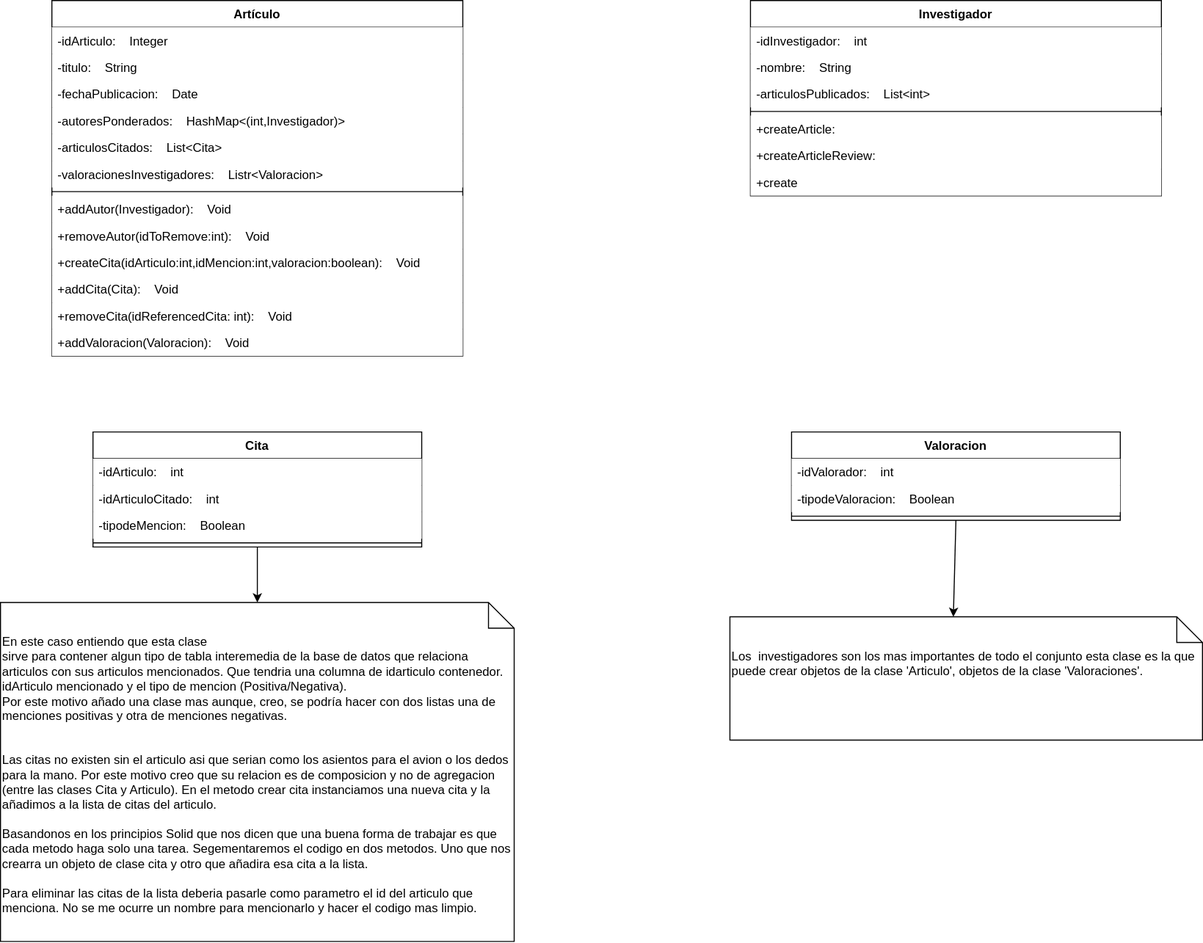
Before: Diagrama_UML.drawio.svg, a diagram exported from draw.io (MateoCarballo/EjercicioSemanaSantaUML). Source tidied: cells renumbered, new cells last; positions are measured from the earlier drawing's top-left corner, leaving out a move shared by most shapes.
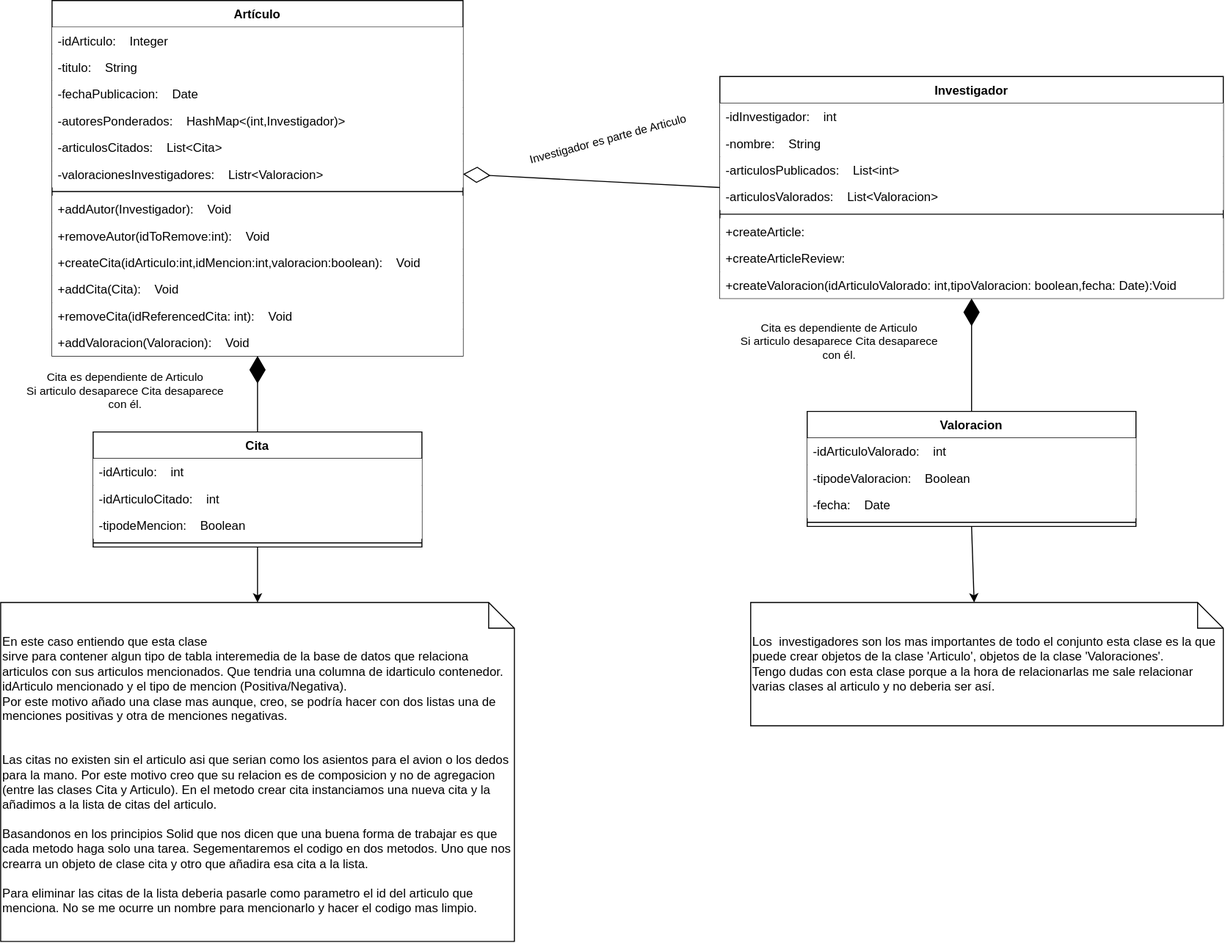
The same diagram one commit later.

The edit, as a diff of the source:
```diff
@@ -66,46 +66,76 @@
       <mxGeometry y="586" width="500" height="330" as="geometry" />
     </mxCell>
     <mxCell id="23" value="Valoracion" style="swimlane;fontStyle=1;align=center;verticalAlign=top;horizontal=1;startSize=26;" parent="1" vertex="1">
-      <mxGeometry x="770" y="420" width="320" height="86" as="geometry" />
+      <mxGeometry x="785" y="400" width="320" height="112" as="geometry" />
     </mxCell>
-    <mxCell id="24" value="-idValorador:    int" style="text;strokeColor=none;fillColor=default;align=left;verticalAlign=top;spacingLeft=4;spacingRight=4;overflow=hidden;" parent="23" vertex="1">
+    <mxCell id="24" value="-idArticuloValorado:    int" style="text;strokeColor=none;fillColor=default;align=left;verticalAlign=top;spacingLeft=4;spacingRight=4;overflow=hidden;" parent="23" vertex="1">
       <mxGeometry y="26" width="320" height="26" as="geometry" />
     </mxCell>
     <mxCell id="25" value="-tipodeValoracion:    Boolean" style="text;strokeColor=none;fillColor=default;align=left;verticalAlign=top;spacingLeft=4;spacingRight=4;overflow=hidden;" parent="23" vertex="1">
       <mxGeometry y="52" width="320" height="26" as="geometry" />
     </mxCell>
+    <mxCell id="37" value="-fecha:    Date&#10;" style="text;strokeColor=none;fillColor=default;align=left;verticalAlign=top;spacingLeft=4;spacingRight=4;overflow=hidden;" parent="23" vertex="1">
+      <mxGeometry y="78" width="320" height="26" as="geometry" />
+    </mxCell>
     <mxCell id="26" style="line;strokeWidth=1;fillColor=none;align=left;verticalAlign=middle;spacingTop=-1;spacingLeft=3;spacingRight=3;labelPosition=right;strokeColor=inherit;" parent="23" vertex="1">
-      <mxGeometry y="78" width="320" height="8" as="geometry" />
+      <mxGeometry y="104" width="320" height="8" as="geometry" />
     </mxCell>
-    <mxCell id="27" value="Los&amp;nbsp; investigadores son los mas importantes de todo el conjunto esta clase es la que puede crear objetos de la clase 'Articulo', objetos de la clase 'Valoraciones'." style="shape=note2;boundedLbl=1;whiteSpace=wrap;html=1;size=25;verticalAlign=top;align=left;fillColor=default;" parent="1" vertex="1">
-      <mxGeometry x="710" y="600" width="460" height="120" as="geometry" />
+    <mxCell id="27" value="Los&amp;nbsp; investigadores son los mas importantes de todo el conjunto esta clase es la que puede crear objetos de la clase 'Articulo', objetos de la clase 'Valoraciones'.&lt;br&gt;Tengo dudas con esta clase porque a la hora de relacionarlas me sale relacionar varias clases al articulo y no deberia ser así.&lt;br&gt;" style="shape=note2;boundedLbl=1;whiteSpace=wrap;html=1;size=25;verticalAlign=top;align=left;fillColor=default;" parent="1" vertex="1">
+      <mxGeometry x="730" y="586" width="460" height="120" as="geometry" />
     </mxCell>
     <mxCell id="28" value="Investigador" style="swimlane;fontStyle=1;align=center;verticalAlign=top;horizontal=1;startSize=26;" parent="1" vertex="1">
-      <mxGeometry x="730" width="400" height="190" as="geometry" />
+      <mxGeometry x="700" y="74" width="490" height="216" as="geometry" />
     </mxCell>
     <mxCell id="29" value="-idInvestigador:    int" style="text;strokeColor=none;fillColor=default;align=left;verticalAlign=top;spacingLeft=4;spacingRight=4;overflow=hidden;" parent="28" vertex="1">
-      <mxGeometry y="26" width="400" height="26" as="geometry" />
+      <mxGeometry y="26" width="490" height="26" as="geometry" />
     </mxCell>
     <mxCell id="30" value="-nombre:    String" style="text;strokeColor=none;fillColor=default;align=left;verticalAlign=top;spacingLeft=4;spacingRight=4;overflow=hidden;" parent="28" vertex="1">
-      <mxGeometry y="52" width="400" height="26" as="geometry" />
+      <mxGeometry y="52" width="490" height="26" as="geometry" />
     </mxCell>
     <mxCell id="31" value="-articulosPublicados:    List&lt;int&gt;" style="text;strokeColor=none;fillColor=default;align=left;verticalAlign=top;spacingLeft=4;spacingRight=4;overflow=hidden;" parent="28" vertex="1">
-      <mxGeometry y="78" width="400" height="26" as="geometry" />
+      <mxGeometry y="78" width="490" height="26" as="geometry" />
     </mxCell>
+    <mxCell id="38" value="-articulosValorados:    List&lt;Valoracion&gt;" style="text;strokeColor=none;fillColor=default;align=left;verticalAlign=top;spacingLeft=4;spacingRight=4;overflow=hidden;" parent="28" vertex="1">
+      <mxGeometry y="104" width="490" height="26" as="geometry" />
+    </mxCell>
     <mxCell id="32" style="line;strokeWidth=1;fillColor=none;align=left;verticalAlign=middle;spacingTop=-1;spacingLeft=3;spacingRight=3;labelPosition=right;strokeColor=inherit;" parent="28" vertex="1">
-      <mxGeometry y="104" width="400" height="8" as="geometry" />
+      <mxGeometry y="130" width="490" height="8" as="geometry" />
     </mxCell>
     <mxCell id="33" value="+createArticle:" style="text;strokeColor=none;fillColor=default;align=left;verticalAlign=top;spacingLeft=4;spacingRight=4;overflow=hidden;" parent="28" vertex="1">
-      <mxGeometry y="112" width="400" height="26" as="geometry" />
+      <mxGeometry y="138" width="490" height="26" as="geometry" />
     </mxCell>
     <mxCell id="34" value="+createArticleReview:" style="text;strokeColor=none;fillColor=default;align=left;verticalAlign=top;spacingLeft=4;spacingRight=4;overflow=hidden;" parent="28" vertex="1">
-      <mxGeometry y="138" width="400" height="26" as="geometry" />
+      <mxGeometry y="164" width="490" height="26" as="geometry" />
     </mxCell>
-    <mxCell id="35" value="+create" style="text;strokeColor=none;fillColor=default;align=left;verticalAlign=top;spacingLeft=4;spacingRight=4;overflow=hidden;" parent="28" vertex="1">
-      <mxGeometry y="164" width="400" height="26" as="geometry" />
+    <mxCell id="35" value="+createValoracion(idArticuloValorado: int,tipoValoracion: boolean,fecha: Date):Void" style="text;strokeColor=none;fillColor=default;align=left;verticalAlign=top;spacingLeft=4;spacingRight=4;overflow=hidden;" parent="28" vertex="1">
+      <mxGeometry y="190" width="490" height="26" as="geometry" />
     </mxCell>
     <mxCell id="36" style="edgeStyle=none;html=1;entryX=0;entryY=0;entryDx=217.5;entryDy=0;entryPerimeter=0;exitX=0.5;exitY=1;exitDx=0;exitDy=0;" parent="1" edge="1" source="23" target="27">
       <mxGeometry relative="1" as="geometry" />
     </mxCell>
+    <mxCell id="39" style="endArrow=diamondThin;endFill=0;endSize=24;html=1;exitX=0;exitY=0.5;exitDx=0;exitDy=0;entryX=1;entryY=0.5;entryDx=0;entryDy=0;" parent="1" edge="1" source="28" target="8">
+      <mxGeometry relative="1" as="geometry" />
+    </mxCell>
+    <mxCell id="40" value="Investigador es parte de Articulo" style="edgeLabel;html=1;align=center;verticalAlign=middle;rotation=-15;" parent="39" vertex="1">
+      <mxGeometry x="0.88" y="-3" relative="1" as="geometry">
+        <mxPoint x="125" y="-32" as="offset" />
+      </mxGeometry>
+    </mxCell>
+    <mxCell id="41" style="endArrow=diamondThin;endFill=1;endSize=24;html=1;exitX=0.5;exitY=0;exitDx=0;exitDy=0;entryX=0.5;entryY=1;entryDx=0;entryDy=0;" parent="1" edge="1" source="17" target="2">
+      <mxGeometry relative="1" as="geometry" />
+    </mxCell>
+    <mxCell id="42" value="Cita es dependiente de Articulo&lt;br&gt;Si articulo desaparece Cita desaparece&lt;br&gt;con él." style="edgeLabel;html=1;align=center;verticalAlign=middle;" parent="41" vertex="1">
+      <mxGeometry x="0.6" relative="1" as="geometry">
+        <mxPoint x="-130" y="19" as="offset" />
+      </mxGeometry>
+    </mxCell>
+    <mxCell id="43" style="endArrow=diamondThin;endFill=1;endSize=24;html=1;exitX=0.5;exitY=0;exitDx=0;exitDy=0;entryX=0.5;entryY=1;entryDx=0;entryDy=0;" parent="1" edge="1" source="23" target="28">
+      <mxGeometry relative="1" as="geometry" />
+    </mxCell>
+    <mxCell id="44" value="Cita es dependiente de Articulo&lt;br&gt;Si articulo desaparece Cita desaparece&lt;br&gt;con él." style="edgeLabel;html=1;align=center;verticalAlign=middle;" parent="43" vertex="1">
+      <mxGeometry x="0.6" relative="1" as="geometry">
+        <mxPoint x="-130" y="19" as="offset" />
+      </mxGeometry>
+    </mxCell>
   </root>
 </mxGraphModel>
```
